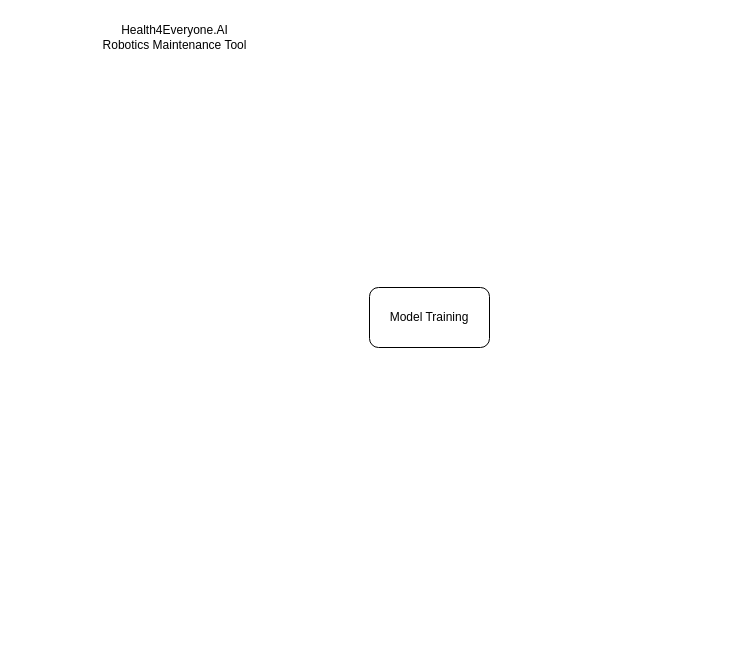
The draw.io diagram mlops/mlops_capstone/component_diagram.drawio in witzbeck/intel_mlops, before the edit. Source tidied: cells renumbered, new cells numbered last; positions are measured from the earlier drawing's top-left corner, leaving out a move shared by most shapes. Both pictures are drawn from the tidied source at 100%, with x=0, y=0 at pixel (89, 17).
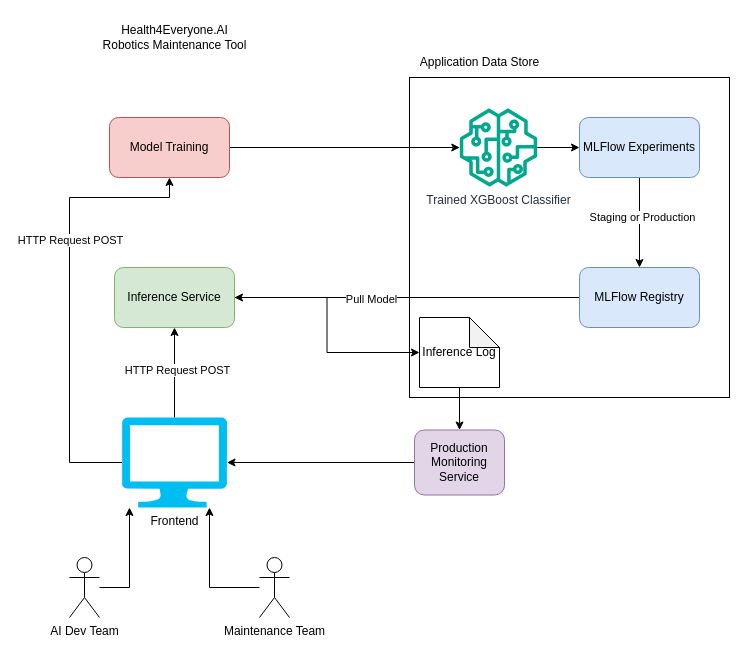
The same diagram, later.

Change to the diagram source:
```diff
@@
+    <mxCell id="4" style="whiteSpace=wrap;html=1;" parent="1" vertex="1">
+      <mxGeometry x="320" y="60" width="320" height="320" as="geometry" />
+    </mxCell>
@@
+    <mxCell id="5" style="edgeStyle=orthogonalEdgeStyle;rounded=0;jettySize=auto;html=1;" parent="1" edge="1" source="3" target="7">
+      <mxGeometry relative="1" as="geometry" />
+    </mxCell>
-    <mxCell id="3" value="Model Training" style="rounded=1;whiteSpace=wrap;html=1;" parent="1" vertex="1">
-      <mxGeometry x="280" y="270" width="120" height="60" as="geometry" />
+    <mxCell id="3" value="Model Training" style="rounded=1;whiteSpace=wrap;html=1;fillColor=#f8cecc;strokeColor=#b85450;" parent="1" vertex="1">
+      <mxGeometry x="20" y="100" width="120" height="60" as="geometry" />
     </mxCell>
+    <mxCell id="6" style="edgeStyle=orthogonalEdgeStyle;rounded=0;jettySize=auto;html=1;" parent="1" edge="1" source="7" target="10">
+      <mxGeometry relative="1" as="geometry" />
+    </mxCell>
+    <mxCell id="7" value="Trained XGBoost Classifier" style="sketch=0;outlineConnect=0;fontColor=#232F3E;gradientColor=none;fillColor=#01A88D;strokeColor=none;dashed=0;verticalLabelPosition=bottom;verticalAlign=top;align=center;html=1;fontSize=12;fontStyle=0;shape=mxgraph.aws4.sagemaker_model;" parent="1" vertex="1">
+      <mxGeometry x="370" y="91" width="78" height="78" as="geometry" />
+    </mxCell>
+    <mxCell id="8" style="edgeStyle=orthogonalEdgeStyle;rounded=0;jettySize=auto;html=1;" parent="1" edge="1" source="10" target="14">
+      <mxGeometry relative="1" as="geometry" />
+    </mxCell>
+    <mxCell id="9" value="Staging or Production" style="edgeLabel;html=1;align=center;verticalAlign=middle;" parent="8" vertex="1">
+      <mxGeometry x="-0.13" y="2" relative="1" as="geometry" />
+    </mxCell>
+    <mxCell id="10" value="MLFlow Experiments" style="rounded=1;whiteSpace=wrap;html=1;fillColor=#dae8fc;strokeColor=#6c8ebf;" parent="1" vertex="1">
+      <mxGeometry x="490" y="100" width="120" height="60" as="geometry" />
+    </mxCell>
+    <mxCell id="11" value="Application Data Store" style="text;html=1;align=center;verticalAlign=middle;strokeColor=none;fillColor=none;" parent="1" vertex="1">
+      <mxGeometry x="320" y="30" width="140" height="30" as="geometry" />
+    </mxCell>
+    <mxCell id="12" style="edgeStyle=orthogonalEdgeStyle;rounded=0;jettySize=auto;html=1;" parent="1" edge="1" source="14" target="16">
+      <mxGeometry relative="1" as="geometry" />
+    </mxCell>
+    <mxCell id="13" value="Pull Model" style="edgeLabel;html=1;align=center;verticalAlign=middle;" parent="12" vertex="1">
+      <mxGeometry x="0.21" y="1" relative="1" as="geometry" />
+    </mxCell>
+    <mxCell id="14" value="MLFlow Registry" style="rounded=1;whiteSpace=wrap;html=1;fillColor=#dae8fc;strokeColor=#6c8ebf;" parent="1" vertex="1">
+      <mxGeometry x="490" y="250" width="120" height="60" as="geometry" />
+    </mxCell>
+    <mxCell id="15" style="edgeStyle=orthogonalEdgeStyle;rounded=0;jettySize=auto;html=1;" parent="1" edge="1" source="16" target="27">
+      <mxGeometry relative="1" as="geometry" />
+    </mxCell>
+    <mxCell id="16" value="Inference Service" style="rounded=1;whiteSpace=wrap;html=1;fillColor=#d5e8d4;strokeColor=#82b366;" parent="1" vertex="1">
+      <mxGeometry x="25" y="250" width="120" height="60" as="geometry" />
+    </mxCell>
+    <mxCell id="17" style="edgeStyle=orthogonalEdgeStyle;rounded=0;jettySize=auto;html=1;" parent="1" edge="1" source="21" target="16">
+      <mxGeometry relative="1" as="geometry" />
+    </mxCell>
+    <mxCell id="18" value="HTTP Request POST" style="edgeLabel;html=1;align=center;verticalAlign=middle;" parent="17" vertex="1">
+      <mxGeometry x="0.07" y="-2" relative="1" as="geometry" />
+    </mxCell>
+    <mxCell id="19" style="edgeStyle=orthogonalEdgeStyle;rounded=0;jettySize=auto;html=1;" parent="1" edge="1" source="21" target="3">
+      <mxGeometry relative="1" as="geometry">
+        <Array as="points">
+          <mxPoint x="-20" y="445" />
+          <mxPoint x="-20" y="180" />
+          <mxPoint x="80" y="180" />
+        </Array>
+      </mxGeometry>
+    </mxCell>
+    <mxCell id="20" value="HTTP Request POST" style="edgeLabel;html=1;align=center;verticalAlign=middle;" parent="19" vertex="1">
+      <mxGeometry x="0.26" relative="1" as="geometry">
+        <mxPoint y="1" as="offset" />
+      </mxGeometry>
+    </mxCell>
+    <mxCell id="21" value="Frontend" style="verticalLabelPosition=bottom;html=1;verticalAlign=top;align=center;strokeColor=none;fillColor=#00BEF2;shape=mxgraph.azure.computer;" parent="1" vertex="1">
+      <mxGeometry x="32.5" y="400" width="105" height="90" as="geometry" />
+    </mxCell>
+    <mxCell id="22" style="edgeStyle=orthogonalEdgeStyle;rounded=0;jettySize=auto;html=1;" parent="1" edge="1" source="23" target="21">
+      <mxGeometry relative="1" as="geometry">
+        <Array as="points">
+          <mxPoint x="40" y="570" />
+        </Array>
+      </mxGeometry>
+    </mxCell>
+    <mxCell id="23" value="AI Dev Team" style="shape=umlActor;verticalLabelPosition=bottom;verticalAlign=top;html=1;outlineConnect=0;" parent="1" vertex="1">
+      <mxGeometry x="-20" y="540" width="30" height="60" as="geometry" />
+    </mxCell>
+    <mxCell id="24" style="edgeStyle=orthogonalEdgeStyle;rounded=0;jettySize=auto;html=1;" parent="1" edge="1" source="25" target="21">
+      <mxGeometry relative="1" as="geometry">
+        <Array as="points">
+          <mxPoint x="120" y="570" />
+        </Array>
+      </mxGeometry>
+    </mxCell>
+    <mxCell id="25" value="Maintenance Team" style="shape=umlActor;verticalLabelPosition=bottom;verticalAlign=top;html=1;outlineConnect=0;" parent="1" vertex="1">
+      <mxGeometry x="170" y="540" width="30" height="60" as="geometry" />
+    </mxCell>
+    <mxCell id="26" style="edgeStyle=orthogonalEdgeStyle;rounded=0;jettySize=auto;html=1;" parent="1" edge="1" source="27" target="29">
+      <mxGeometry relative="1" as="geometry" />
+    </mxCell>
+    <mxCell id="27" value="Inference Log" style="shape=note;whiteSpace=wrap;html=1;backgroundOutline=1;darkOpacity=0.05;" parent="1" vertex="1">
+      <mxGeometry x="330" y="300" width="80" height="70" as="geometry" />
+    </mxCell>
+    <mxCell id="28" style="edgeStyle=orthogonalEdgeStyle;rounded=0;jettySize=auto;html=1;" parent="1" edge="1" source="29" target="21">
+      <mxGeometry relative="1" as="geometry" />
+    </mxCell>
+    <mxCell id="29" value="Production Monitoring Service" style="rounded=1;whiteSpace=wrap;html=1;fillColor=#e1d5e7;strokeColor=#9673a6;" parent="1" vertex="1">
+      <mxGeometry x="325" y="412.5" width="90" height="65" as="geometry" />
+    </mxCell>
```
